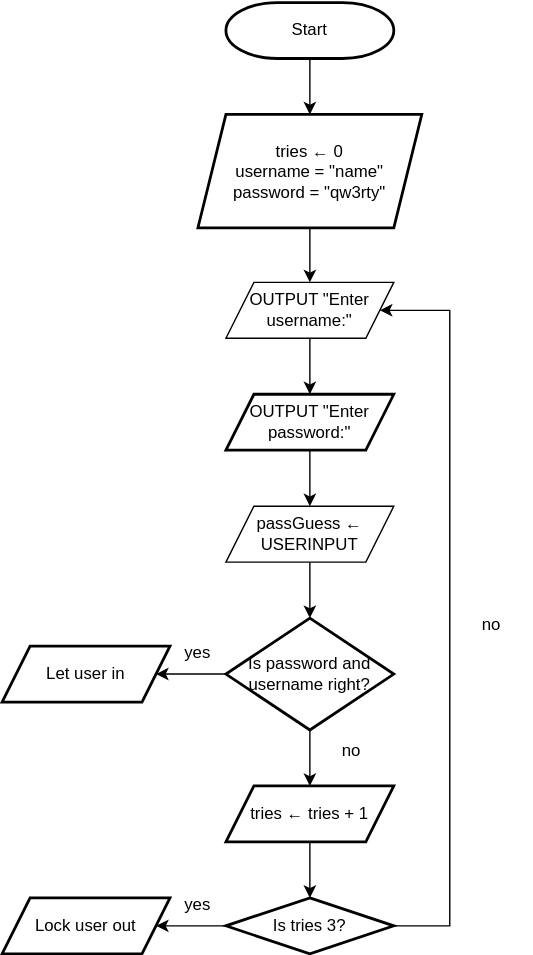
Above: 1.1.2 challenge.drawio.svg in tungstengmd/drawio-diagrams (draw.io), before the change. Source tidied: cells renumbered, new cells last; positions are measured from the earlier drawing's top-left corner, leaving out a move shared by most shapes. Its diagram source:
```xml
<mxGraphModel>
  <root>
    <mxCell id="0" />
    <mxCell id="1" parent="0" />
    <mxCell id="2" style="edgeStyle=orthogonalEdgeStyle;rounded=0;jettySize=auto;html=1;" parent="1" edge="1" source="3">
      <mxGeometry relative="1" as="geometry">
        <mxPoint x="220" y="80" as="targetPoint" />
      </mxGeometry>
    </mxCell>
    <mxCell id="3" value="Start" style="strokeWidth=2;html=1;shape=mxgraph.flowchart.terminator;whiteSpace=wrap;" parent="1" vertex="1">
      <mxGeometry x="160" width="120" height="40" as="geometry" />
    </mxCell>
    <mxCell id="4" style="edgeStyle=orthogonalEdgeStyle;rounded=0;jettySize=auto;html=1;" parent="1" edge="1" source="5">
      <mxGeometry relative="1" as="geometry">
        <mxPoint x="220" y="200" as="targetPoint" />
      </mxGeometry>
    </mxCell>
    <mxCell id="5" value="tries ← 0&lt;div&gt;username = &quot;name&quot;&lt;/div&gt;&lt;div&gt;password = &quot;qw3rty&quot;&lt;/div&gt;" style="shape=parallelogram;perimeter=parallelogramPerimeter;whiteSpace=wrap;html=1;fixedSize=1;strokeWidth=2;" parent="1" vertex="1">
      <mxGeometry x="140" y="80" width="160" height="81" as="geometry" />
    </mxCell>
    <mxCell id="6" style="edgeStyle=orthogonalEdgeStyle;rounded=0;jettySize=auto;html=1;" parent="1" edge="1" source="7">
      <mxGeometry relative="1" as="geometry">
        <mxPoint x="220" y="360" as="targetPoint" />
      </mxGeometry>
    </mxCell>
    <mxCell id="7" value="OUTPUT &quot;Enter password:&quot;" style="shape=parallelogram;perimeter=parallelogramPerimeter;whiteSpace=wrap;html=1;fixedSize=1;strokeWidth=2;" parent="1" vertex="1">
      <mxGeometry x="160" y="280" width="120" height="40" as="geometry" />
    </mxCell>
    <mxCell id="8" style="edgeStyle=orthogonalEdgeStyle;rounded=0;jettySize=auto;html=1;" parent="1" edge="1" source="10" target="11">
      <mxGeometry relative="1" as="geometry" />
    </mxCell>
    <mxCell id="9" style="edgeStyle=orthogonalEdgeStyle;rounded=0;jettySize=auto;html=1;" parent="1" edge="1" source="10" target="13">
      <mxGeometry relative="1" as="geometry" />
    </mxCell>
    <mxCell id="10" value="Is password and username right?" style="rhombus;whiteSpace=wrap;html=1;strokeWidth=2;" parent="1" vertex="1">
      <mxGeometry x="160" y="440" width="120" height="80" as="geometry" />
    </mxCell>
    <mxCell id="11" value="Let user in" style="shape=parallelogram;perimeter=parallelogramPerimeter;whiteSpace=wrap;html=1;fixedSize=1;strokeWidth=2;" parent="1" vertex="1">
      <mxGeometry y="460" width="120" height="40" as="geometry" />
    </mxCell>
    <mxCell id="12" style="edgeStyle=orthogonalEdgeStyle;rounded=0;jettySize=auto;html=1;" parent="1" edge="1" source="13" target="15">
      <mxGeometry relative="1" as="geometry" />
    </mxCell>
    <mxCell id="13" value="tries ← tries + 1" style="shape=parallelogram;perimeter=parallelogramPerimeter;whiteSpace=wrap;html=1;fixedSize=1;strokeWidth=2;" parent="1" vertex="1">
      <mxGeometry x="160" y="560" width="120" height="40" as="geometry" />
    </mxCell>
    <mxCell id="14" style="edgeStyle=orthogonalEdgeStyle;rounded=0;jettySize=auto;html=1;" parent="1" edge="1" source="15" target="16">
      <mxGeometry relative="1" as="geometry" />
    </mxCell>
    <mxCell id="15" value="Is tries 3?" style="rhombus;whiteSpace=wrap;html=1;strokeWidth=2;" parent="1" vertex="1">
      <mxGeometry x="160" y="640" width="120" height="40" as="geometry" />
    </mxCell>
    <mxCell id="16" value="Lock user out" style="shape=parallelogram;perimeter=parallelogramPerimeter;whiteSpace=wrap;html=1;fixedSize=1;strokeWidth=2;" parent="1" vertex="1">
      <mxGeometry y="640" width="120" height="40" as="geometry" />
    </mxCell>
    <mxCell id="17" value="yes" style="text;html=1;align=center;verticalAlign=middle;whiteSpace=wrap;rounded=0;" parent="1" vertex="1">
      <mxGeometry x="110" y="450" width="60" height="30" as="geometry" />
    </mxCell>
    <mxCell id="18" value="no" style="text;html=1;align=center;verticalAlign=middle;whiteSpace=wrap;rounded=0;" parent="1" vertex="1">
      <mxGeometry x="220" y="520" width="60" height="30" as="geometry" />
    </mxCell>
    <mxCell id="19" style="edgeStyle=orthogonalEdgeStyle;rounded=0;jettySize=auto;html=1;" parent="1" edge="1" source="20" target="10">
      <mxGeometry relative="1" as="geometry" />
    </mxCell>
    <mxCell id="20" value="passGuess ← USERINPUT" style="shape=parallelogram;perimeter=parallelogramPerimeter;whiteSpace=wrap;html=1;fixedSize=1;" parent="1" vertex="1">
      <mxGeometry x="160" y="360" width="120" height="40" as="geometry" />
    </mxCell>
    <mxCell id="21" style="edgeStyle=orthogonalEdgeStyle;rounded=0;jettySize=auto;html=1;" parent="1" edge="1" source="22" target="7">
      <mxGeometry relative="1" as="geometry" />
    </mxCell>
    <mxCell id="22" value="OUTPUT &quot;Enter username:&quot;" style="shape=parallelogram;perimeter=parallelogramPerimeter;whiteSpace=wrap;html=1;fixedSize=1;" parent="1" vertex="1">
      <mxGeometry x="160" y="200" width="120" height="40" as="geometry" />
    </mxCell>
    <mxCell id="23" style="endArrow=classic;html=1;rounded=0;entryX=1;entryY=0.5;entryDx=0;entryDy=0;" parent="1" edge="1" target="22">
      <mxGeometry relative="1" as="geometry">
        <mxPoint x="280" y="660" as="sourcePoint" />
        <Array as="points">
          <mxPoint x="320" y="660" />
          <mxPoint x="320" y="220" />
        </Array>
      </mxGeometry>
    </mxCell>
    <mxCell id="24" value="yes" style="text;html=1;align=center;verticalAlign=middle;whiteSpace=wrap;rounded=0;" parent="1" vertex="1">
      <mxGeometry x="110" y="630" width="60" height="30" as="geometry" />
    </mxCell>
    <mxCell id="25" value="no" style="text;html=1;align=center;verticalAlign=middle;whiteSpace=wrap;rounded=0;" parent="1" vertex="1">
      <mxGeometry x="320" y="430" width="60" height="30" as="geometry" />
    </mxCell>
  </root>
</mxGraphModel>
```
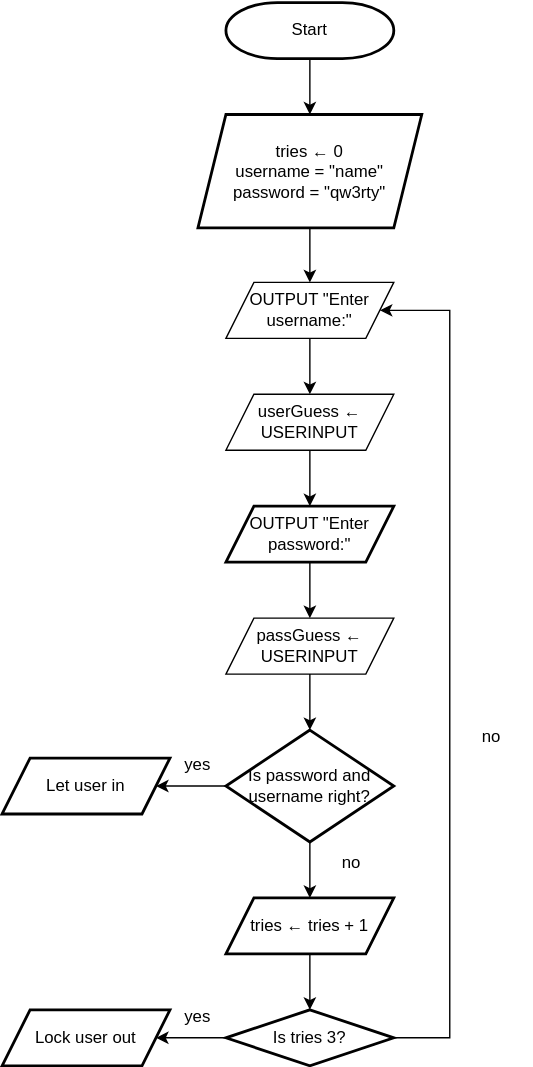
The same file after the commit.

The edit, as a diff of the source:
```diff
@@ -4,19 +4,19 @@
     <mxCell id="1" parent="0" />
     <mxCell id="2" style="edgeStyle=orthogonalEdgeStyle;rounded=0;jettySize=auto;html=1;" parent="1" edge="1" source="3">
       <mxGeometry relative="1" as="geometry">
-        <mxPoint x="220" y="80" as="targetPoint" />
+        <mxPoint x="220" as="targetPoint" />
       </mxGeometry>
     </mxCell>
     <mxCell id="3" value="Start" style="strokeWidth=2;html=1;shape=mxgraph.flowchart.terminator;whiteSpace=wrap;" parent="1" vertex="1">
-      <mxGeometry x="160" width="120" height="40" as="geometry" />
+      <mxGeometry x="160" y="-80" width="120" height="40" as="geometry" />
     </mxCell>
     <mxCell id="4" style="edgeStyle=orthogonalEdgeStyle;rounded=0;jettySize=auto;html=1;" parent="1" edge="1" source="5">
       <mxGeometry relative="1" as="geometry">
-        <mxPoint x="220" y="200" as="targetPoint" />
+        <mxPoint x="220" y="120" as="targetPoint" />
       </mxGeometry>
     </mxCell>
     <mxCell id="5" value="tries ← 0&lt;div&gt;username = &quot;name&quot;&lt;/div&gt;&lt;div&gt;password = &quot;qw3rty&quot;&lt;/div&gt;" style="shape=parallelogram;perimeter=parallelogramPerimeter;whiteSpace=wrap;html=1;fixedSize=1;strokeWidth=2;" parent="1" vertex="1">
-      <mxGeometry x="140" y="80" width="160" height="81" as="geometry" />
+      <mxGeometry x="140" width="160" height="81" as="geometry" />
     </mxCell>
     <mxCell id="6" style="edgeStyle=orthogonalEdgeStyle;rounded=0;jettySize=auto;html=1;" parent="1" edge="1" source="7">
       <mxGeometry relative="1" as="geometry">
@@ -65,18 +65,18 @@
     <mxCell id="20" value="passGuess ← USERINPUT" style="shape=parallelogram;perimeter=parallelogramPerimeter;whiteSpace=wrap;html=1;fixedSize=1;" parent="1" vertex="1">
       <mxGeometry x="160" y="360" width="120" height="40" as="geometry" />
     </mxCell>
-    <mxCell id="21" style="edgeStyle=orthogonalEdgeStyle;rounded=0;jettySize=auto;html=1;" parent="1" edge="1" source="22" target="7">
-      <mxGeometry relative="1" as="geometry" />
-    </mxCell>
+    <mxCell id="26" style="edgeStyle=orthogonalEdgeStyle;rounded=0;jettySize=auto;html=1;" parent="1" edge="1" source="22" target="28">
+      <mxGeometry relative="1" as="geometry" />
+    </mxCell>
     <mxCell id="22" value="OUTPUT &quot;Enter username:&quot;" style="shape=parallelogram;perimeter=parallelogramPerimeter;whiteSpace=wrap;html=1;fixedSize=1;" parent="1" vertex="1">
-      <mxGeometry x="160" y="200" width="120" height="40" as="geometry" />
+      <mxGeometry x="160" y="120" width="120" height="40" as="geometry" />
     </mxCell>
     <mxCell id="23" style="endArrow=classic;html=1;rounded=0;entryX=1;entryY=0.5;entryDx=0;entryDy=0;" parent="1" edge="1" target="22">
       <mxGeometry relative="1" as="geometry">
         <mxPoint x="280" y="660" as="sourcePoint" />
         <Array as="points">
           <mxPoint x="320" y="660" />
-          <mxPoint x="320" y="220" />
+          <mxPoint x="320" y="140" />
         </Array>
       </mxGeometry>
     </mxCell>
@@ -86,5 +86,11 @@
     <mxCell id="25" value="no" style="text;html=1;align=center;verticalAlign=middle;whiteSpace=wrap;rounded=0;" parent="1" vertex="1">
       <mxGeometry x="320" y="430" width="60" height="30" as="geometry" />
     </mxCell>
+    <mxCell id="27" style="edgeStyle=orthogonalEdgeStyle;rounded=0;jettySize=auto;html=1;" parent="1" edge="1" source="28" target="7">
+      <mxGeometry relative="1" as="geometry" />
+    </mxCell>
+    <mxCell id="28" value="userGuess ← USERINPUT" style="shape=parallelogram;perimeter=parallelogramPerimeter;whiteSpace=wrap;html=1;fixedSize=1;" parent="1" vertex="1">
+      <mxGeometry x="160" y="200" width="120" height="40" as="geometry" />
+    </mxCell>
   </root>
 </mxGraphModel>
```
